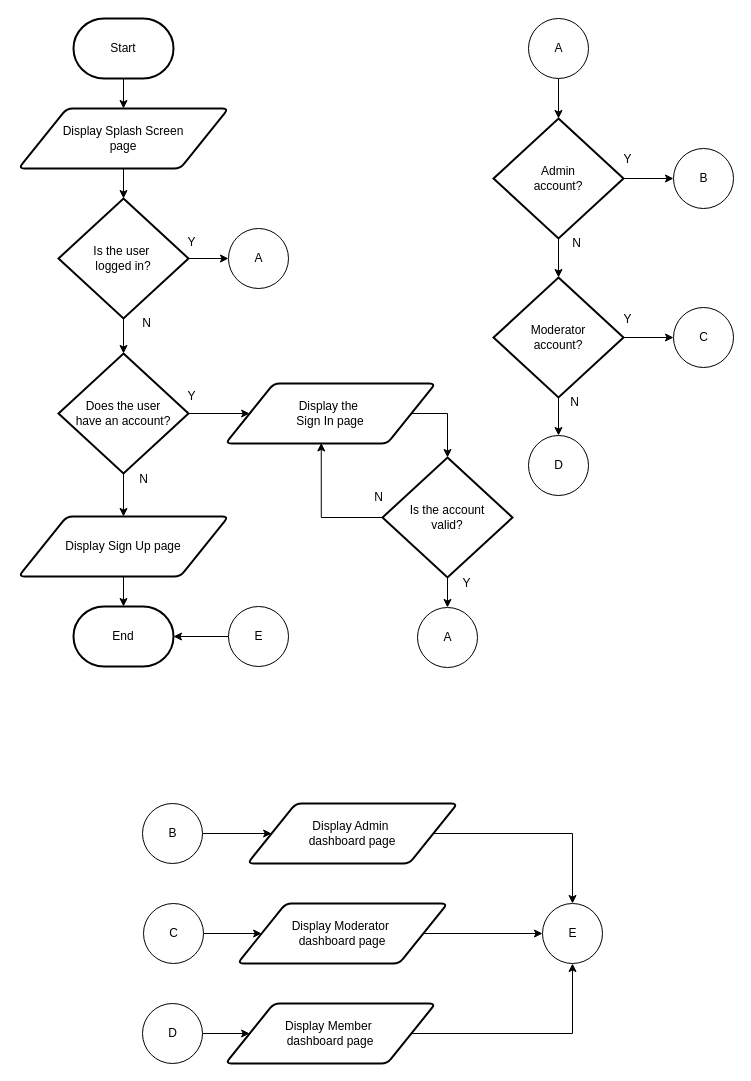
Earlier version of the draw.io diagram page "Page - Open App" (1 of 14) of KP2.drawio (dapzz-id/DrawIO). Source tidied: cells renumbered, new cells numbered last; positions are measured from the earlier drawing's top-left corner, leaving out a move shared by most shapes. Both pictures are drawn from the tidied source at 100%, with x=0, y=0 at pixel (18, 18).
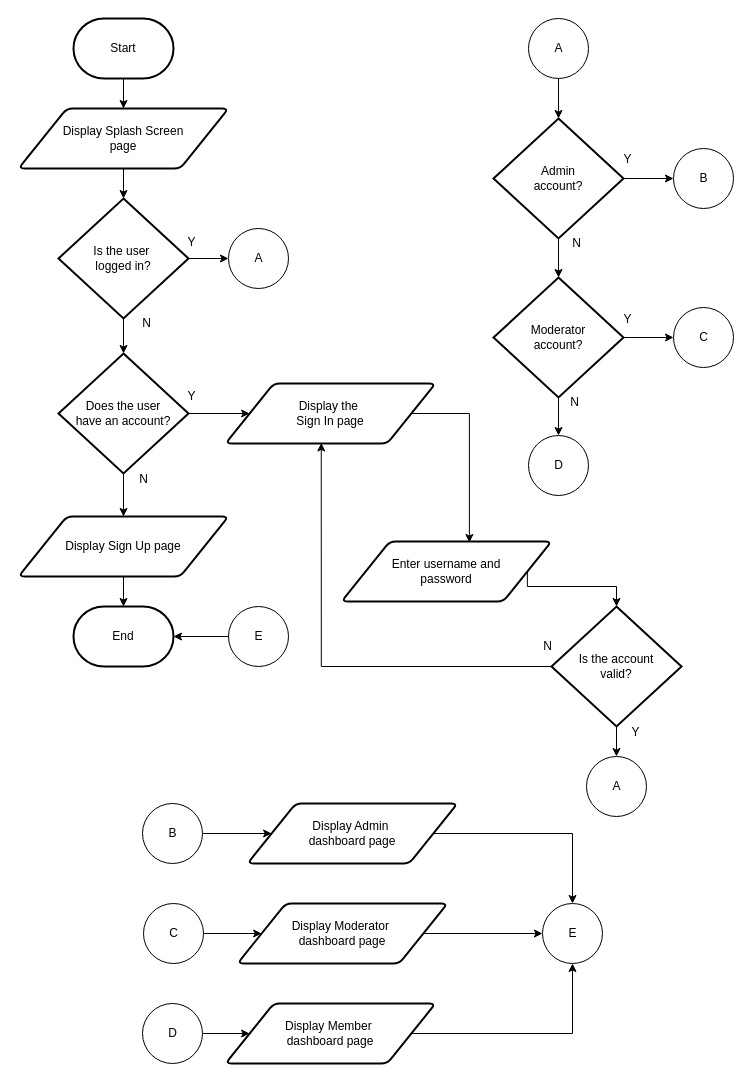
After the change.

The change refers to these unchanged cells:
```xml
<mxCell id="9" value="Display the&amp;nbsp;&lt;div&gt;Sign In&amp;nbsp;&lt;span style=&quot;background-color: transparent; color: light-dark(rgb(0, 0, 0), rgb(255, 255, 255));&quot;&gt;page&lt;/span&gt;&lt;/div&gt;" style="shape=parallelogram;html=1;strokeWidth=2;perimeter=parallelogramPerimeter;whiteSpace=wrap;rounded=1;arcSize=12;size=0.23;" parent="1" vertex="1">
  <mxGeometry x="207" y="365" width="210" height="60" as="geometry" />
</mxCell>
```

The edit, as a diff of the source:
```diff
@@
     <mxCell id="19" value="Is the account&lt;div&gt;valid?&lt;/div&gt;" style="strokeWidth=2;html=1;shape=mxgraph.flowchart.decision;whiteSpace=wrap;" parent="1" vertex="1">
-      <mxGeometry x="364" y="439" width="130" height="120" as="geometry" />
+      <mxGeometry x="533" y="588" width="130" height="120" as="geometry" />
     </mxCell>
@@
     <mxCell id="21" value="N" style="text;html=1;align=center;verticalAlign=middle;strokeColor=none;fillColor=none;" parent="1" vertex="1">
-      <mxGeometry x="345" y="464" width="30" height="30" as="geometry" />
+      <mxGeometry x="514" y="613" width="30" height="30" as="geometry" />
     </mxCell>
     <mxCell id="22" value="A" style="verticalLabelPosition=middle;verticalAlign=middle;html=1;shape=mxgraph.flowchart.on-page_reference;labelPosition=center;align=center;" parent="1" vertex="1">
-      <mxGeometry x="399" y="589" width="60" height="60" as="geometry" />
+      <mxGeometry x="568" y="738" width="60" height="60" as="geometry" />
     </mxCell>
     <mxCell id="23" value="Y" style="text;html=1;align=center;verticalAlign=middle;strokeColor=none;fillColor=none;" parent="1" vertex="1">
-      <mxGeometry x="433" y="550" width="30" height="30" as="geometry" />
+      <mxGeometry x="602" y="699" width="30" height="30" as="geometry" />
     </mxCell>
@@
-    <mxCell id="56" style="edgeStyle=orthogonalEdgeStyle;rounded=0;jettySize=auto;html=1;exitX=1;exitY=0.5;exitDx=0;exitDy=0;entryX=0.5;entryY=0;entryDx=0;entryDy=0;entryPerimeter=0;" parent="1" edge="1" source="9" target="19">
-      <mxGeometry relative="1" as="geometry">
-        <Array as="points">
-          <mxPoint x="429" y="395" />
-        </Array>
-      </mxGeometry>
-    </mxCell>
@@
+    <mxCell id="58" value="Enter username and&lt;div&gt;password&lt;/div&gt;" style="shape=parallelogram;html=1;strokeWidth=2;perimeter=parallelogramPerimeter;whiteSpace=wrap;rounded=1;arcSize=12;size=0.23;" parent="1" vertex="1">
+      <mxGeometry x="323" y="523" width="210" height="60" as="geometry" />
+    </mxCell>
+    <mxCell id="59" style="edgeStyle=orthogonalEdgeStyle;rounded=0;jettySize=auto;html=1;exitX=1;exitY=0.5;exitDx=0;exitDy=0;entryX=0.609;entryY=0.017;entryDx=0;entryDy=0;entryPerimeter=0;" parent="1" edge="1" source="9" target="58">
+      <mxGeometry relative="1" as="geometry">
+        <Array as="points">
+          <mxPoint x="451" y="395" />
+        </Array>
+      </mxGeometry>
+    </mxCell>
+    <mxCell id="60" style="edgeStyle=orthogonalEdgeStyle;rounded=0;jettySize=auto;html=1;exitX=1;exitY=0.5;exitDx=0;exitDy=0;entryX=0.5;entryY=0;entryDx=0;entryDy=0;entryPerimeter=0;" parent="1" edge="1" source="58" target="19">
+      <mxGeometry relative="1" as="geometry">
+        <Array as="points">
+          <mxPoint x="509" y="568" />
+          <mxPoint x="598" y="568" />
+        </Array>
+      </mxGeometry>
+    </mxCell>
```
